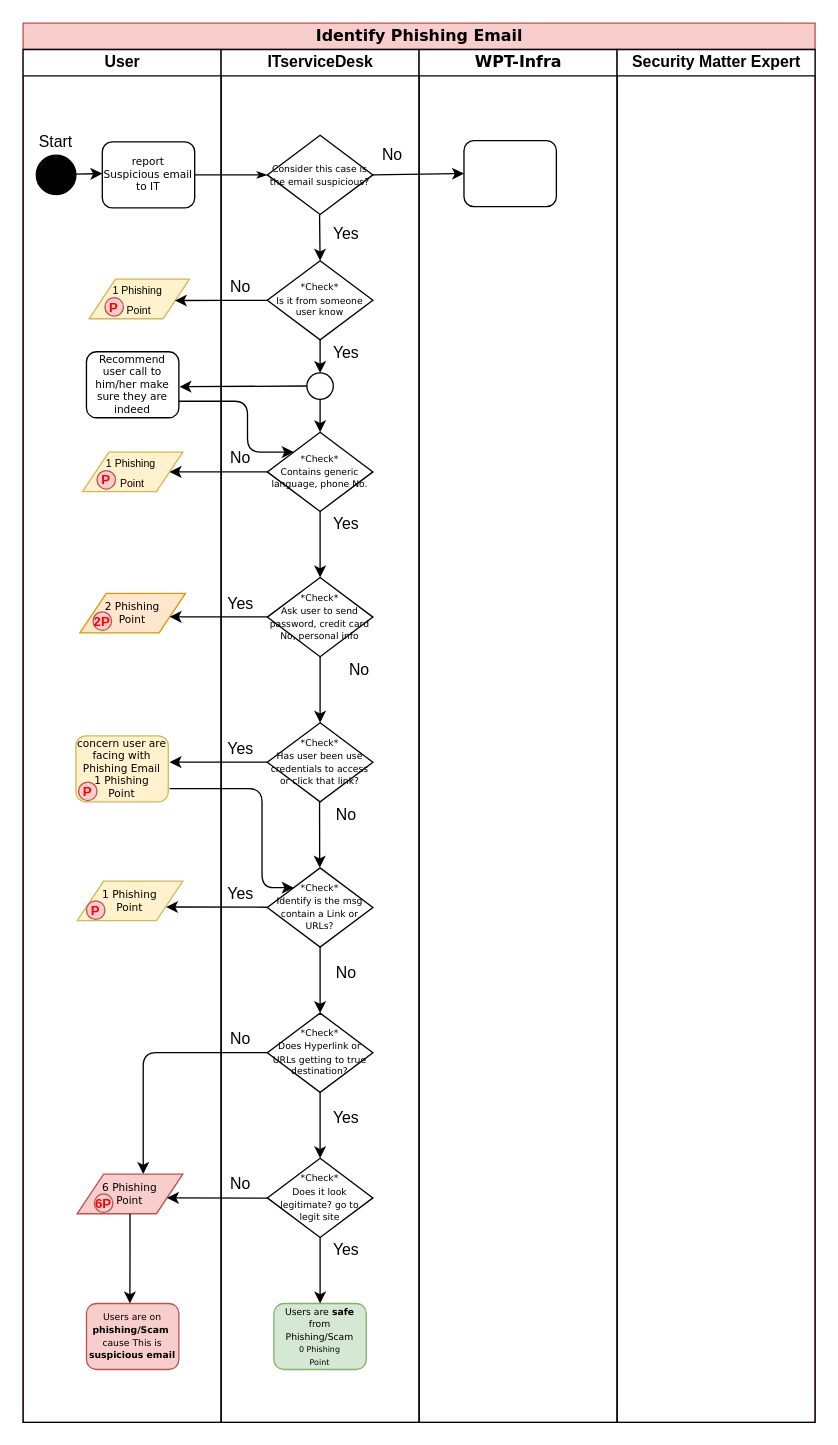
psukasame/sukasamecloud keeps this draw.io diagram as Untitled Diagram.drawio. Above is the earlier version. Source tidied: cells renumbered, new cells numbered last; positions are measured from the earlier drawing's top-left corner, leaving out a move shared by most shapes. Both pictures are drawn from the tidied source at 132%, with x=0, y=0 at pixel (22, 22).
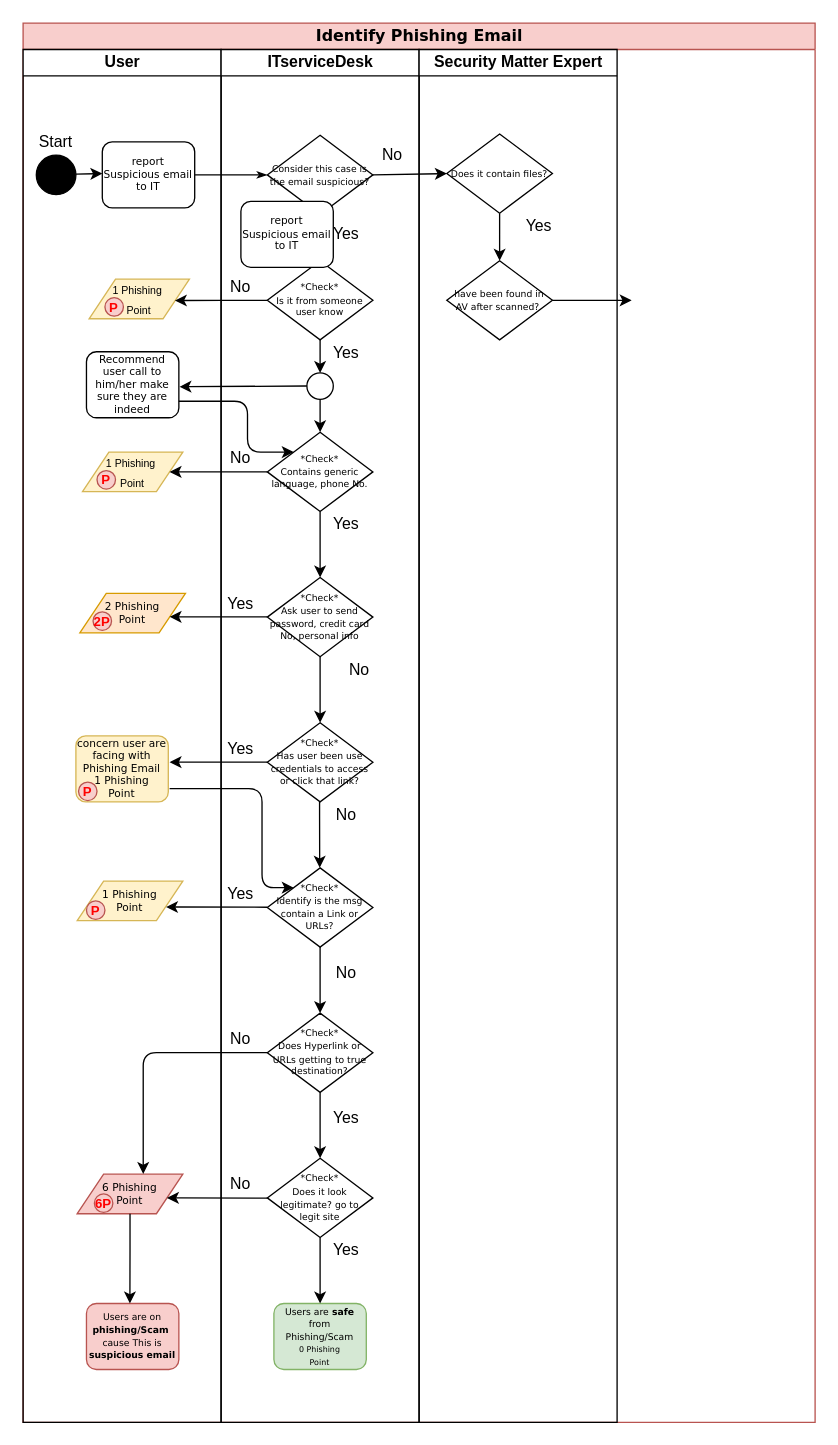
After the change.

The change refers to these unchanged cells:
```xml
<mxCell id="2" value="&lt;font style=&quot;font-size: 12px&quot;&gt;Identify Phishing Email&lt;/font&gt;" style="swimlane;html=1;startSize=20;rounded=0;shadow=0;labelBackgroundColor=none;strokeWidth=1;fontFamily=Verdana;fontSize=8;align=center;fillColor=#f8cecc;strokeColor=#b85450;" parent="1" vertex="1">
  <mxGeometry width="600" height="1060" as="geometry" />
</mxCell>
<mxCell id="28" value="ITserviceDesk" style="swimlane;html=1;startSize=20;" parent="2" vertex="1">
  <mxGeometry x="150" y="20" width="150" height="1040" as="geometry" />
</mxCell>
<mxCell id="65" value="&lt;span style=&quot;font-size: 7px&quot;&gt;Consider this case is the email suspicious?&lt;/span&gt;" style="rhombus;whiteSpace=wrap;html=1;rounded=0;shadow=0;labelBackgroundColor=none;strokeWidth=1;fontFamily=Verdana;fontSize=8;align=center;" parent="28" vertex="1">
  <mxGeometry x="35" y="65" width="80" height="60" as="geometry" />
</mxCell>
```

The edit, as a diff of the source:
```diff
@@
-    <mxCell id="69" value="&lt;font face=&quot;verdana&quot; size=&quot;1&quot;&gt;&lt;span style=&quot;font-size: 12px&quot;&gt;WPT-Infra&lt;/span&gt;&lt;/font&gt;" style="swimlane;html=1;startSize=20;" parent="2" vertex="1">
-      <mxGeometry x="300" y="20" width="150" height="1040" as="geometry" />
-    </mxCell>
-    <mxCell id="70" style="rounded=1;whiteSpace=wrap;html=1;shadow=0;labelBackgroundColor=none;strokeWidth=1;fontFamily=Verdana;fontSize=8;align=center;" parent="69" vertex="1">
-      <mxGeometry x="34" y="69" width="70" height="50" as="geometry" />
-    </mxCell>
+    <mxCell id="74" value="report&lt;br&gt;Suspicious email&lt;br&gt;to IT" style="rounded=1;whiteSpace=wrap;html=1;shadow=0;labelBackgroundColor=none;strokeWidth=1;fontFamily=Verdana;fontSize=8;align=center;" parent="28" vertex="1">
+      <mxGeometry x="15" y="115" width="70" height="50" as="geometry" />
+    </mxCell>
@@
     <mxCell id="72" value="Security Matter Expert" style="swimlane;html=1;startSize=20;" parent="2" vertex="1">
-      <mxGeometry x="450" y="20" width="150" height="1040" as="geometry" />
+      <mxGeometry x="300" y="20" width="150" height="1040" as="geometry" />
     </mxCell>
+    <mxCell id="75" value="&lt;span style=&quot;font-size: 7px&quot;&gt;Does it contain files?&lt;/span&gt;" style="rhombus;whiteSpace=wrap;html=1;rounded=0;shadow=0;labelBackgroundColor=none;strokeWidth=1;fontFamily=Verdana;fontSize=8;align=center;" parent="72" vertex="1">
+      <mxGeometry x="21" y="64" width="80" height="60" as="geometry" />
+    </mxCell>
+    <mxCell id="76" value="Yes" style="text;html=1;strokeColor=none;fillColor=none;align=center;verticalAlign=middle;whiteSpace=wrap;rounded=0;" parent="72" vertex="1">
+      <mxGeometry x="71" y="124" width="40" height="20" as="geometry" />
+    </mxCell>
+    <mxCell id="77" value="&lt;span style=&quot;font-size: 7px&quot;&gt;have been found in AV after scanned?&amp;nbsp;&lt;/span&gt;" style="rhombus;whiteSpace=wrap;html=1;rounded=0;shadow=0;labelBackgroundColor=none;strokeWidth=1;fontFamily=Verdana;fontSize=8;align=center;" parent="72" vertex="1">
+      <mxGeometry x="21" y="160" width="80" height="60" as="geometry" />
+    </mxCell>
+    <mxCell id="78" style="edgeStyle=orthogonalEdgeStyle;rounded=0;jettySize=auto;html=1;" parent="72" edge="1" source="75" target="77">
+      <mxGeometry relative="1" as="geometry" />
+    </mxCell>
-    <mxCell id="73" style="endArrow=classic;html=1;entryX=0;entryY=0.5;entryDx=0;entryDy=0;exitX=1;exitY=0.5;exitDx=0;exitDy=0;" parent="2" edge="1" source="65" target="70">
-      <mxGeometry relative="1" as="geometry" />
+    <mxCell id="73" style="endArrow=classic;html=1;exitX=1;exitY=0.5;exitDx=0;exitDy=0;" parent="2" edge="1" source="65">
+      <mxGeometry relative="1" as="geometry">
+        <mxPoint x="321" y="114" as="targetPoint" />
+      </mxGeometry>
     </mxCell>
+    <mxCell id="79" style="edgeStyle=orthogonalEdgeStyle;rounded=0;jettySize=auto;html=1;" parent="1" edge="1" source="77">
+      <mxGeometry relative="1" as="geometry">
+        <mxPoint x="461" y="210" as="targetPoint" />
+      </mxGeometry>
+    </mxCell>
```
